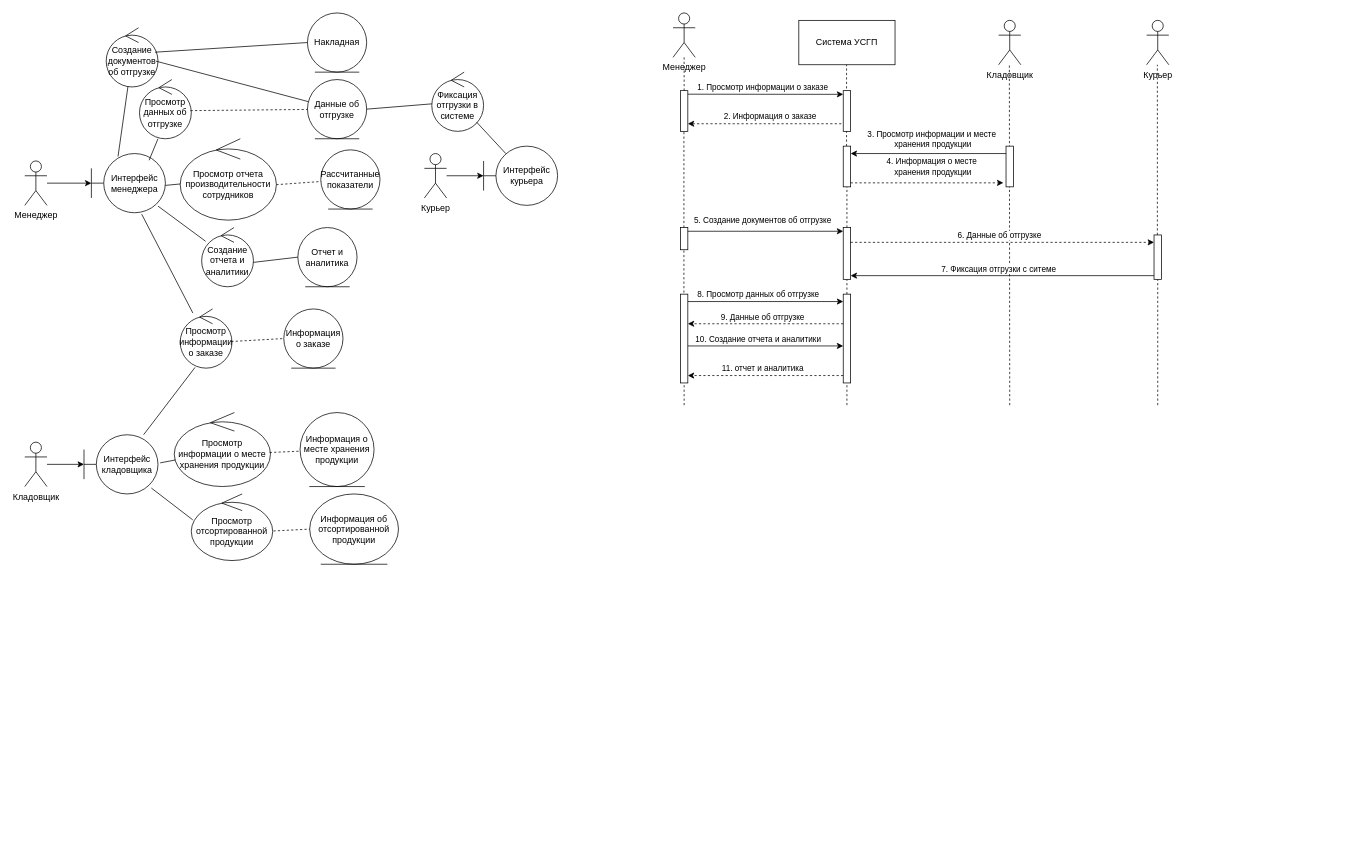
The draw.io diagram ОРТПС_4.drawio in mopsin666/AKMS, before the edit. Source tidied: cells renumbered, new cells numbered last; positions are measured from the earlier drawing's top-left corner, leaving out a move shared by most shapes. Both pictures are drawn from the tidied source at 74%, with x=0, y=0 at pixel (24, 13).
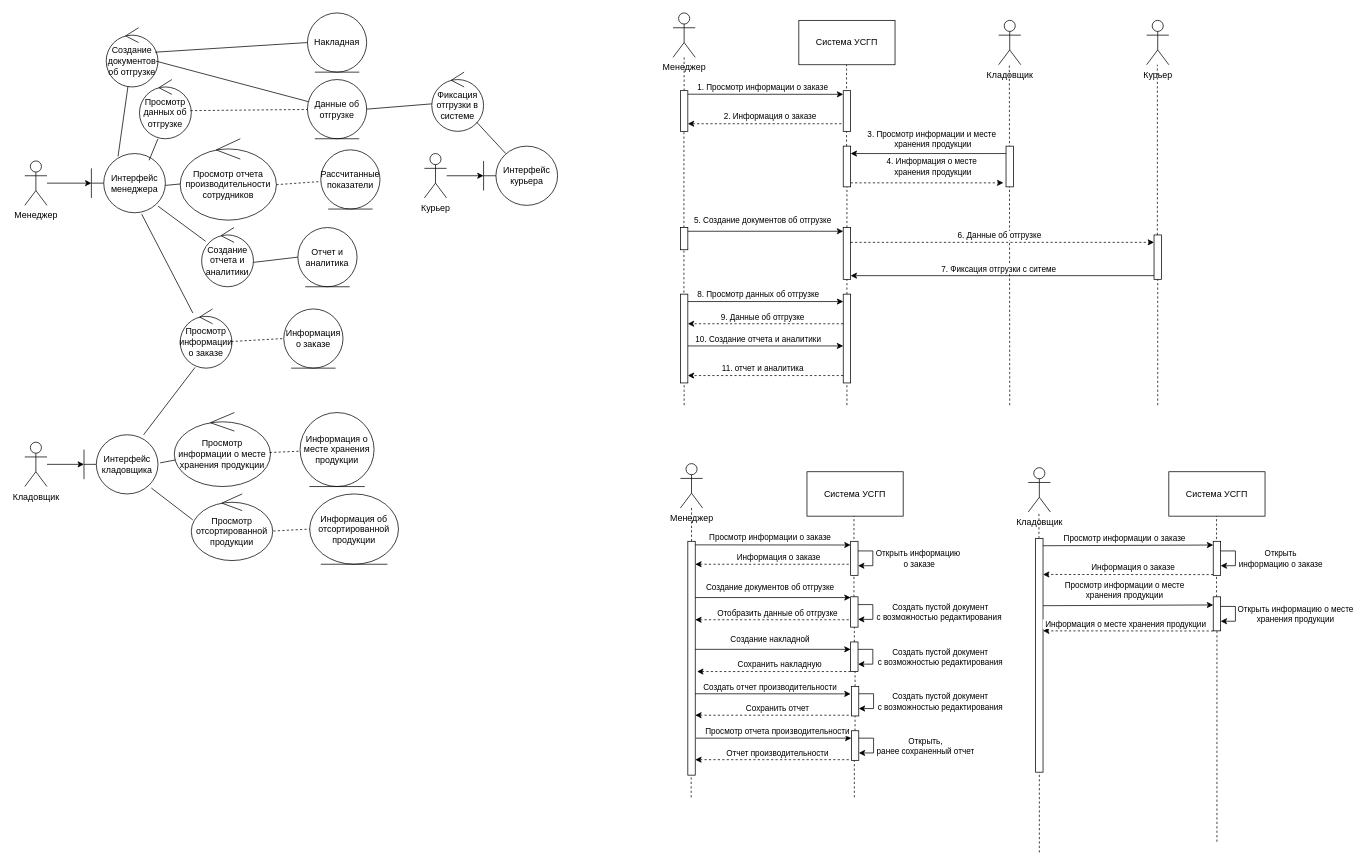
Above is the later version.

What changed in the source:
```diff
@@
+    <mxCell id="90" value="Менеджер" style="shape=umlActor;verticalLabelPosition=bottom;verticalAlign=top;html=1;" parent="1" vertex="1">
+      <mxGeometry x="886" y="609" width="30" height="60" as="geometry" />
+    </mxCell>
+    <mxCell id="91" style="endArrow=none;dashed=1;html=1;rounded=0;" parent="1" edge="1" source="94" target="90">
+      <mxGeometry relative="1" as="geometry" />
+    </mxCell>
+    <mxCell id="92" style="endArrow=none;dashed=1;html=1;rounded=0;" parent="1" edge="1" source="101">
+      <mxGeometry relative="1" as="geometry">
+        <mxPoint x="1120.5" y="679" as="targetPoint" />
+      </mxGeometry>
+    </mxCell>
+    <mxCell id="93" style="endArrow=none;dashed=1;html=1;rounded=0;" parent="1" edge="1">
+      <mxGeometry relative="1" as="geometry">
+        <mxPoint x="900.7" y="899" as="sourcePoint" />
+        <mxPoint x="900.7" y="769" as="targetPoint" />
+      </mxGeometry>
+    </mxCell>
+    <mxCell id="94" style="html=1;points=[[0,0,0,0,5],[0,1,0,0,-5],[1,0,0,0,5],[1,1,0,0,-5]];perimeter=orthogonalPerimeter;outlineConnect=0;targetShapes=umlLifeline;portConstraint=eastwest;newEdgeStyle={&quot;curved&quot;:0,&quot;rounded&quot;:0};" parent="1" vertex="1">
+      <mxGeometry x="896" y="714" width="10" height="316" as="geometry" />
+    </mxCell>
+    <mxCell id="95" style="html=1;points=[[0,0,0,0,5],[0,1,0,0,-5],[1,0,0,0,5],[1,1,0,0,-5]];perimeter=orthogonalPerimeter;outlineConnect=0;targetShapes=umlLifeline;portConstraint=eastwest;newEdgeStyle={&quot;curved&quot;:0,&quot;rounded&quot;:0};" parent="1" vertex="1">
+      <mxGeometry x="1116" y="714" width="10" height="46" as="geometry" />
+    </mxCell>
+    <mxCell id="96" style="endArrow=classic;html=1;rounded=0;entryX=0;entryY=0;entryDx=0;entryDy=5;entryPerimeter=0;" parent="1" edge="1" target="95">
+      <mxGeometry relative="1" as="geometry">
+        <mxPoint x="906" y="718.8" as="sourcePoint" />
+      </mxGeometry>
+    </mxCell>
+    <mxCell id="97" value="Просмотр информации о заказе" style="edgeLabel;html=1;align=center;verticalAlign=middle;" parent="96" vertex="1">
+      <mxGeometry x="-0.67" y="1" relative="1" as="geometry">
+        <mxPoint x="65" y="-9" as="offset" />
+      </mxGeometry>
+    </mxCell>
+    <mxCell id="98" style="endArrow=classic;html=1;rounded=0;dashed=1;exitX=-0.25;exitY=0.813;exitDx=0;exitDy=0;exitPerimeter=0;" parent="1" edge="1">
+      <mxGeometry relative="1" as="geometry">
+        <mxPoint x="1113.5" y="745" as="sourcePoint" />
+        <mxPoint x="906" y="745" as="targetPoint" />
+      </mxGeometry>
+    </mxCell>
+    <mxCell id="99" value="&amp;nbsp;Информация о заказе" style="edgeLabel;html=1;align=center;verticalAlign=middle;" parent="98" vertex="1">
+      <mxGeometry x="-0.67" y="1" relative="1" as="geometry">
+        <mxPoint x="-63" y="-11" as="offset" />
+      </mxGeometry>
+    </mxCell>
+    <mxCell id="100" style="endArrow=none;dashed=1;html=1;rounded=0;" parent="1" edge="1" source="103" target="101">
+      <mxGeometry relative="1" as="geometry" />
+    </mxCell>
+    <mxCell id="101" style="html=1;points=[[0,0,0,0,5],[0,1,0,0,-5],[1,0,0,0,5],[1,1,0,0,-5]];perimeter=orthogonalPerimeter;outlineConnect=0;targetShapes=umlLifeline;portConstraint=eastwest;newEdgeStyle={&quot;curved&quot;:0,&quot;rounded&quot;:0};" parent="1" vertex="1">
+      <mxGeometry x="1116" y="789" width="10" height="41" as="geometry" />
+    </mxCell>
+    <mxCell id="102" style="endArrow=none;dashed=1;html=1;rounded=0;" parent="1" edge="1" source="128" target="103">
+      <mxGeometry relative="1" as="geometry" />
+    </mxCell>
+    <mxCell id="103" style="html=1;points=[[0,0,0,0,5],[0,1,0,0,-5],[1,0,0,0,5],[1,1,0,0,-5]];perimeter=orthogonalPerimeter;outlineConnect=0;targetShapes=umlLifeline;portConstraint=eastwest;newEdgeStyle={&quot;curved&quot;:0,&quot;rounded&quot;:0};" parent="1" vertex="1">
+      <mxGeometry x="1116" y="850" width="10" height="40" as="geometry" />
+    </mxCell>
+    <mxCell id="104" style="endArrow=classic;html=1;rounded=0;exitX=1;exitY=0;exitDx=0;exitDy=5;exitPerimeter=0;entryX=0;entryY=0;entryDx=0;entryDy=5;entryPerimeter=0;" parent="1" edge="1">
+      <mxGeometry relative="1" as="geometry">
+        <mxPoint x="906" y="790" as="sourcePoint" />
+        <mxPoint x="1116" y="790" as="targetPoint" />
+      </mxGeometry>
+    </mxCell>
+    <mxCell id="105" value="Создание документов об отгрузке" style="edgeLabel;html=1;align=center;verticalAlign=middle;" parent="104" vertex="1">
+      <mxGeometry x="0.19" y="-1" relative="1" as="geometry">
+        <mxPoint x="-25" y="-16" as="offset" />
+      </mxGeometry>
+    </mxCell>
+    <mxCell id="106" style="endArrow=none;dashed=1;html=1;rounded=0;" parent="1" edge="1">
+      <mxGeometry relative="1" as="geometry">
+        <mxPoint x="900.5" y="1060" as="sourcePoint" />
+        <mxPoint x="900.5" y="1030" as="targetPoint" />
+      </mxGeometry>
+    </mxCell>
+    <mxCell id="107" value="Система УСГП" style="rounded=0;whiteSpace=wrap;html=1;" parent="1" vertex="1">
+      <mxGeometry x="1057" y="620" width="130" height="60" as="geometry" />
+    </mxCell>
+    <mxCell id="108" style="edgeStyle=orthogonalEdgeStyle;rounded=0;orthogonalLoop=1;jettySize=auto;html=1;curved=0;elbow=vertical;" parent="1" edge="1" source="95" target="95">
+      <mxGeometry relative="1" as="geometry" />
+    </mxCell>
+    <mxCell id="109" value="Открыть информацию&lt;br&gt;&amp;nbsp;о заказе" style="edgeLabel;html=1;align=center;verticalAlign=middle;" parent="108" vertex="1">
+      <mxGeometry x="0.47" y="1" relative="1" as="geometry">
+        <mxPoint x="64" y="-11" as="offset" />
+      </mxGeometry>
+    </mxCell>
+    <mxCell id="110" style="edgeStyle=orthogonalEdgeStyle;rounded=0;orthogonalLoop=1;jettySize=auto;html=1;curved=0;" parent="1" edge="1" source="101" target="101">
+      <mxGeometry relative="1" as="geometry" />
+    </mxCell>
+    <mxCell id="111" value="Создать пустой документ &lt;br&gt;с возможностью редактирования&amp;nbsp;" style="edgeLabel;html=1;align=center;verticalAlign=middle;" parent="110" vertex="1">
+      <mxGeometry x="0.53" y="4" relative="1" as="geometry">
+        <mxPoint x="96" y="-14" as="offset" />
+      </mxGeometry>
+    </mxCell>
+    <mxCell id="112" style="endArrow=classic;html=1;rounded=0;dashed=1;exitX=-0.25;exitY=0.813;exitDx=0;exitDy=0;exitPerimeter=0;" parent="1" edge="1">
+      <mxGeometry relative="1" as="geometry">
+        <mxPoint x="1113.5" y="820" as="sourcePoint" />
+        <mxPoint x="906" y="820" as="targetPoint" />
+      </mxGeometry>
+    </mxCell>
+    <mxCell id="113" value="Отобразить данные об отгрузке" style="edgeLabel;html=1;align=center;verticalAlign=middle;" parent="112" vertex="1">
+      <mxGeometry x="-0.67" y="1" relative="1" as="geometry">
+        <mxPoint x="-63" y="-11" as="offset" />
+      </mxGeometry>
+    </mxCell>
+    <mxCell id="114" style="endArrow=classic;html=1;rounded=0;exitX=1;exitY=0;exitDx=0;exitDy=5;exitPerimeter=0;entryX=0;entryY=0;entryDx=0;entryDy=5;entryPerimeter=0;" parent="1" edge="1">
+      <mxGeometry relative="1" as="geometry">
+        <mxPoint x="906" y="860" as="sourcePoint" />
+        <mxPoint x="1116" y="860" as="targetPoint" />
+      </mxGeometry>
+    </mxCell>
+    <mxCell id="115" value="Создание накладной" style="edgeLabel;html=1;align=center;verticalAlign=middle;" parent="114" vertex="1">
+      <mxGeometry x="0.19" y="-1" relative="1" as="geometry">
+        <mxPoint x="-25" y="-16" as="offset" />
+      </mxGeometry>
+    </mxCell>
+    <mxCell id="116" style="edgeStyle=orthogonalEdgeStyle;rounded=0;orthogonalLoop=1;jettySize=auto;html=1;curved=0;" parent="1" edge="1" source="103" target="103">
+      <mxGeometry relative="1" as="geometry" />
+    </mxCell>
+    <mxCell id="117" value="Создать пустой документ &lt;br&gt;с возможностью редактирования" style="edgeLabel;html=1;align=center;verticalAlign=middle;" parent="116" vertex="1">
+      <mxGeometry x="0.6" y="4" relative="1" as="geometry">
+        <mxPoint x="98" y="-14" as="offset" />
+      </mxGeometry>
+    </mxCell>
+    <mxCell id="118" style="endArrow=classic;html=1;rounded=0;dashed=1;exitX=-0.25;exitY=0.813;exitDx=0;exitDy=0;exitPerimeter=0;" parent="1" edge="1">
+      <mxGeometry relative="1" as="geometry">
+        <mxPoint x="1116" y="890" as="sourcePoint" />
+        <mxPoint x="908.5" y="890" as="targetPoint" />
+      </mxGeometry>
+    </mxCell>
+    <mxCell id="119" value="Сохранить накладную" style="edgeLabel;html=1;align=center;verticalAlign=middle;" parent="118" vertex="1">
+      <mxGeometry x="-0.67" y="1" relative="1" as="geometry">
+        <mxPoint x="-63" y="-11" as="offset" />
+      </mxGeometry>
+    </mxCell>
+    <mxCell id="120" style="html=1;points=[[0,0,0,0,5],[0,1,0,0,-5],[1,0,0,0,5],[1,1,0,0,-5]];perimeter=orthogonalPerimeter;outlineConnect=0;targetShapes=umlLifeline;portConstraint=eastwest;newEdgeStyle={&quot;curved&quot;:0,&quot;rounded&quot;:0};" parent="1" vertex="1">
+      <mxGeometry x="1117" y="910" width="10" height="40" as="geometry" />
+    </mxCell>
+    <mxCell id="121" style="endArrow=classic;html=1;rounded=0;entryX=0;entryY=0;entryDx=0;entryDy=5;entryPerimeter=0;" parent="1" edge="1">
+      <mxGeometry relative="1" as="geometry">
+        <mxPoint x="906" y="920" as="sourcePoint" />
+        <mxPoint x="1116" y="920.2" as="targetPoint" />
+      </mxGeometry>
+    </mxCell>
+    <mxCell id="122" value="Создать отчет производительности" style="edgeLabel;html=1;align=center;verticalAlign=middle;" parent="121" vertex="1">
+      <mxGeometry x="-0.67" y="1" relative="1" as="geometry">
+        <mxPoint x="65" y="-9" as="offset" />
+      </mxGeometry>
+    </mxCell>
+    <mxCell id="123" value="Создать пустой документ &lt;br&gt;с возможностью редактирования" style="edgeLabel;html=1;align=center;verticalAlign=middle;" parent="1" vertex="1">
+      <mxGeometry x="1236" y="930" as="geometry" />
+    </mxCell>
+    <mxCell id="124" style="edgeStyle=orthogonalEdgeStyle;rounded=0;orthogonalLoop=1;jettySize=auto;html=1;curved=0;" parent="1" edge="1" source="120" target="120">
+      <mxGeometry relative="1" as="geometry" />
+    </mxCell>
+    <mxCell id="125" style="endArrow=classic;html=1;rounded=0;dashed=1;exitX=-0.25;exitY=0.813;exitDx=0;exitDy=0;exitPerimeter=0;" parent="1" edge="1">
+      <mxGeometry relative="1" as="geometry">
+        <mxPoint x="1113.5" y="949" as="sourcePoint" />
+        <mxPoint x="906" y="949" as="targetPoint" />
+      </mxGeometry>
+    </mxCell>
+    <mxCell id="126" value="Сохранить отчет" style="edgeLabel;html=1;align=center;verticalAlign=middle;" parent="125" vertex="1">
+      <mxGeometry x="-0.67" y="1" relative="1" as="geometry">
+        <mxPoint x="-63" y="-11" as="offset" />
+      </mxGeometry>
+    </mxCell>
+    <mxCell id="127" style="endArrow=none;dashed=1;html=1;rounded=0;" parent="1" edge="1" target="128">
+      <mxGeometry relative="1" as="geometry">
+        <mxPoint x="1121" y="1060" as="sourcePoint" />
+      </mxGeometry>
+    </mxCell>
+    <mxCell id="128" style="html=1;points=[[0,0,0,0,5],[0,1,0,0,-5],[1,0,0,0,5],[1,1,0,0,-5]];perimeter=orthogonalPerimeter;outlineConnect=0;targetShapes=umlLifeline;portConstraint=eastwest;newEdgeStyle={&quot;curved&quot;:0,&quot;rounded&quot;:0};" parent="1" vertex="1">
+      <mxGeometry x="1117" y="970" width="10" height="40" as="geometry" />
+    </mxCell>
+    <mxCell id="129" style="endArrow=classic;html=1;rounded=0;" parent="1" edge="1">
+      <mxGeometry relative="1" as="geometry">
+        <mxPoint x="907" y="980" as="sourcePoint" />
+        <mxPoint x="1117" y="980" as="targetPoint" />
+      </mxGeometry>
+    </mxCell>
+    <mxCell id="130" value="Просмотр отчета производительности" style="edgeLabel;html=1;align=center;verticalAlign=middle;" parent="129" vertex="1">
+      <mxGeometry x="-0.61" relative="1" as="geometry">
+        <mxPoint x="68" y="-10" as="offset" />
+      </mxGeometry>
+    </mxCell>
+    <mxCell id="131" style="edgeStyle=orthogonalEdgeStyle;rounded=0;orthogonalLoop=1;jettySize=auto;html=1;curved=0;elbow=vertical;" parent="1" edge="1" source="128" target="128">
+      <mxGeometry relative="1" as="geometry" />
+    </mxCell>
+    <mxCell id="132" value="Открыть, &lt;br&gt;ранее сохраненный отчет" style="edgeLabel;html=1;align=center;verticalAlign=middle;" parent="131" vertex="1">
+      <mxGeometry x="0.71" relative="1" as="geometry">
+        <mxPoint x="80" y="-10" as="offset" />
+      </mxGeometry>
+    </mxCell>
+    <mxCell id="133" style="endArrow=classic;html=1;rounded=0;dashed=1;exitX=-0.25;exitY=0.813;exitDx=0;exitDy=0;exitPerimeter=0;" parent="1" edge="1">
+      <mxGeometry relative="1" as="geometry">
+        <mxPoint x="1113.5" y="1009.1" as="sourcePoint" />
+        <mxPoint x="906" y="1009.1" as="targetPoint" />
+      </mxGeometry>
+    </mxCell>
+    <mxCell id="134" value="Отчет производительности" style="edgeLabel;html=1;align=center;verticalAlign=middle;" parent="133" vertex="1">
+      <mxGeometry x="-0.67" y="1" relative="1" as="geometry">
+        <mxPoint x="-63" y="-11" as="offset" />
+      </mxGeometry>
+    </mxCell>
+    <mxCell id="135" value="Система УСГП" style="rounded=0;whiteSpace=wrap;html=1;" parent="1" vertex="1">
+      <mxGeometry x="1546" y="620" width="130" height="60" as="geometry" />
+    </mxCell>
+    <mxCell id="136" value="Кладовщик" style="shape=umlActor;verticalLabelPosition=bottom;verticalAlign=top;html=1;" parent="1" vertex="1">
+      <mxGeometry x="1356" y="614.5" width="30" height="60" as="geometry" />
+    </mxCell>
+    <mxCell id="137" style="endArrow=none;dashed=1;html=1;rounded=0;" parent="1" edge="1" source="151">
+      <mxGeometry relative="1" as="geometry">
+        <mxPoint x="1610.5" y="680" as="targetPoint" />
+      </mxGeometry>
+    </mxCell>
+    <mxCell id="138" style="endArrow=none;dashed=1;html=1;rounded=0;" parent="1" edge="1" source="140">
+      <mxGeometry relative="1" as="geometry">
+        <mxPoint x="1370.5" y="674.5" as="targetPoint" />
+      </mxGeometry>
+    </mxCell>
+    <mxCell id="139" style="endArrow=none;dashed=1;html=1;rounded=0;" parent="1" edge="1" target="140">
+      <mxGeometry relative="1" as="geometry">
+        <mxPoint x="1371" y="1134.5" as="sourcePoint" />
+      </mxGeometry>
+    </mxCell>
+    <mxCell id="140" style="html=1;points=[[0,0,0,0,5],[0,1,0,0,-5],[1,0,0,0,5],[1,1,0,0,-5]];perimeter=orthogonalPerimeter;outlineConnect=0;targetShapes=umlLifeline;portConstraint=eastwest;newEdgeStyle={&quot;curved&quot;:0,&quot;rounded&quot;:0};" parent="1" vertex="1">
+      <mxGeometry x="1366" y="710" width="10" height="316" as="geometry" />
+    </mxCell>
+    <mxCell id="141" style="html=1;points=[[0,0,0,0,5],[0,1,0,0,-5],[1,0,0,0,5],[1,1,0,0,-5]];perimeter=orthogonalPerimeter;outlineConnect=0;targetShapes=umlLifeline;portConstraint=eastwest;newEdgeStyle={&quot;curved&quot;:0,&quot;rounded&quot;:0};" parent="1" vertex="1">
+      <mxGeometry x="1606" y="714" width="10" height="46" as="geometry" />
+    </mxCell>
+    <mxCell id="142" style="endArrow=classic;html=1;rounded=0;entryX=0;entryY=0;entryDx=0;entryDy=5;entryPerimeter=0;" parent="1" edge="1" target="141">
+      <mxGeometry relative="1" as="geometry">
+        <mxPoint x="1376" y="720" as="sourcePoint" />
+      </mxGeometry>
+    </mxCell>
+    <mxCell id="143" value="Просмотр информации о заказе" style="edgeLabel;html=1;align=center;verticalAlign=middle;" parent="142" vertex="1">
+      <mxGeometry x="-0.67" y="1" relative="1" as="geometry">
+        <mxPoint x="72" y="-9" as="offset" />
+      </mxGeometry>
+    </mxCell>
+    <mxCell id="144" style="edgeStyle=orthogonalEdgeStyle;rounded=0;orthogonalLoop=1;jettySize=auto;html=1;curved=0;elbow=horizontal;" parent="1" edge="1" source="141" target="141">
+      <mxGeometry relative="1" as="geometry" />
+    </mxCell>
+    <mxCell id="145" value="Открыть &lt;br&gt;информацию о заказе" style="edgeLabel;html=1;align=center;verticalAlign=middle;" parent="144" vertex="1">
+      <mxGeometry x="0.36" y="2" relative="1" as="geometry">
+        <mxPoint x="61" y="-12" as="offset" />
+      </mxGeometry>
+    </mxCell>
+    <mxCell id="146" style="endArrow=classic;html=1;rounded=0;dashed=1;" parent="1" edge="1">
+      <mxGeometry relative="1" as="geometry">
+        <mxPoint x="1606" y="759" as="sourcePoint" />
+        <mxPoint x="1376" y="758.8" as="targetPoint" />
+      </mxGeometry>
+    </mxCell>
+    <mxCell id="147" value="&amp;nbsp;Информация о заказе" style="edgeLabel;html=1;align=center;verticalAlign=middle;" parent="146" vertex="1">
+      <mxGeometry x="-0.67" y="1" relative="1" as="geometry">
+        <mxPoint x="-72" y="-11" as="offset" />
+      </mxGeometry>
+    </mxCell>
+    <mxCell id="148" style="endArrow=classic;html=1;rounded=0;entryX=0;entryY=0;entryDx=0;entryDy=5;entryPerimeter=0;" parent="1" edge="1">
+      <mxGeometry relative="1" as="geometry">
+        <mxPoint x="1376" y="801" as="sourcePoint" />
+        <mxPoint x="1606" y="800" as="targetPoint" />
+      </mxGeometry>
+    </mxCell>
+    <mxCell id="149" value="Просмотр информации о месте&lt;br&gt;хранения продукции" style="edgeLabel;html=1;align=center;verticalAlign=middle;" parent="148" vertex="1">
+      <mxGeometry x="-0.67" y="1" relative="1" as="geometry">
+        <mxPoint x="72" y="-20" as="offset" />
+      </mxGeometry>
+    </mxCell>
+    <mxCell id="150" style="endArrow=none;dashed=1;html=1;rounded=0;" parent="1" edge="1" target="151">
+      <mxGeometry relative="1" as="geometry">
+        <mxPoint x="1611" y="1120" as="sourcePoint" />
+      </mxGeometry>
+    </mxCell>
+    <mxCell id="151" style="html=1;points=[[0,0,0,0,5],[0,1,0,0,-5],[1,0,0,0,5],[1,1,0,0,-5]];perimeter=orthogonalPerimeter;outlineConnect=0;targetShapes=umlLifeline;portConstraint=eastwest;newEdgeStyle={&quot;curved&quot;:0,&quot;rounded&quot;:0};" parent="1" vertex="1">
+      <mxGeometry x="1606" y="789" width="10" height="46" as="geometry" />
+    </mxCell>
+    <mxCell id="152" style="edgeStyle=orthogonalEdgeStyle;rounded=0;orthogonalLoop=1;jettySize=auto;html=1;curved=0;elbow=horizontal;" parent="1" edge="1" source="151" target="151">
+      <mxGeometry relative="1" as="geometry" />
+    </mxCell>
+    <mxCell id="153" value="Открыть информацию о месте&lt;br&gt;хранения продукции" style="edgeLabel;html=1;align=center;verticalAlign=middle;" parent="152" vertex="1">
+      <mxGeometry x="0.49" y="5" relative="1" as="geometry">
+        <mxPoint x="85" y="-15" as="offset" />
+      </mxGeometry>
+    </mxCell>
+    <mxCell id="154" style="endArrow=classic;html=1;rounded=0;dashed=1;" parent="1" edge="1">
+      <mxGeometry relative="1" as="geometry">
+        <mxPoint x="1606" y="835.2" as="sourcePoint" />
+        <mxPoint x="1376" y="835" as="targetPoint" />
+      </mxGeometry>
+    </mxCell>
+    <mxCell id="155" value="&amp;nbsp;Информация о месте хранения продукции" style="edgeLabel;html=1;align=center;verticalAlign=middle;" parent="154" vertex="1">
+      <mxGeometry x="-0.67" y="1" relative="1" as="geometry">
+        <mxPoint x="-82" y="-11" as="offset" />
+      </mxGeometry>
+    </mxCell>
```
